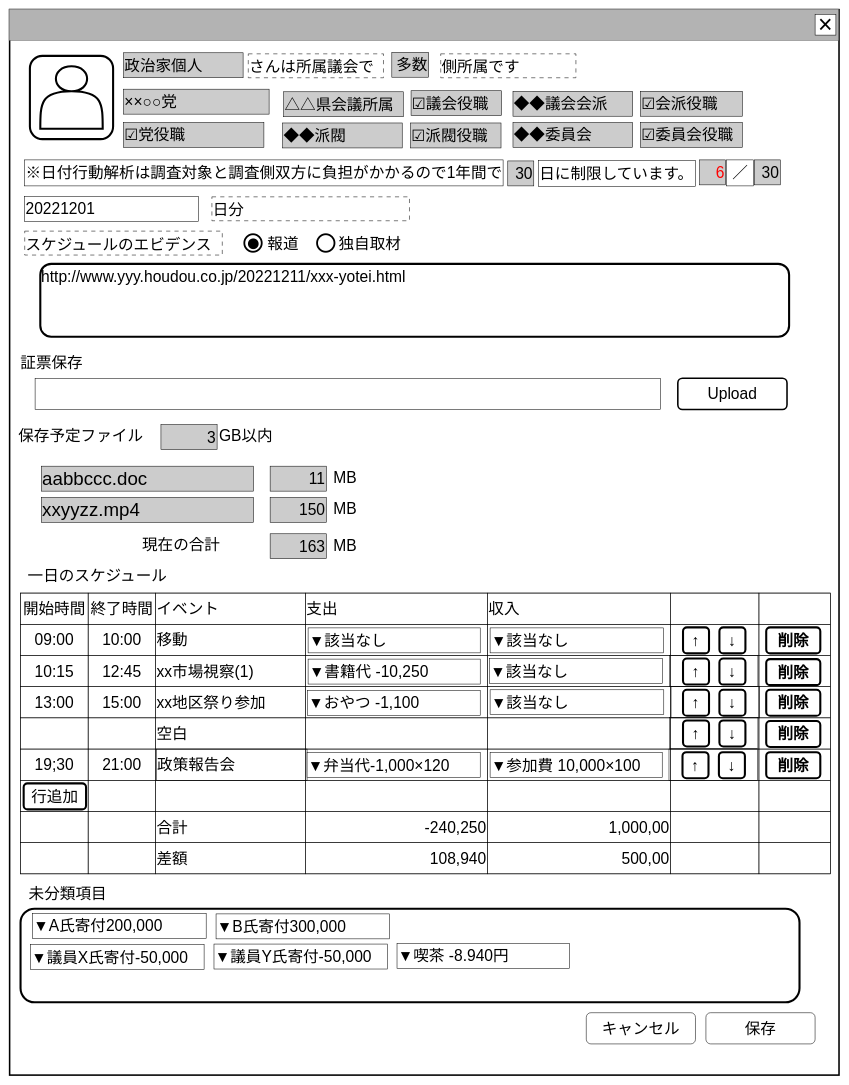
Before: docs/invest_front/date_event_trace/image/1日イベント追跡調査.drawio in chiwa2023/investigate-politician-balance-report, a draw.io diagram. Source tidied: cells renumbered, new cells numbered last; positions are measured from the earlier drawing's top-left corner, leaving out a move shared by most shapes. Both pictures are drawn from the tidied source at 52%, with x=0, y=0 at pixel (9, 9).
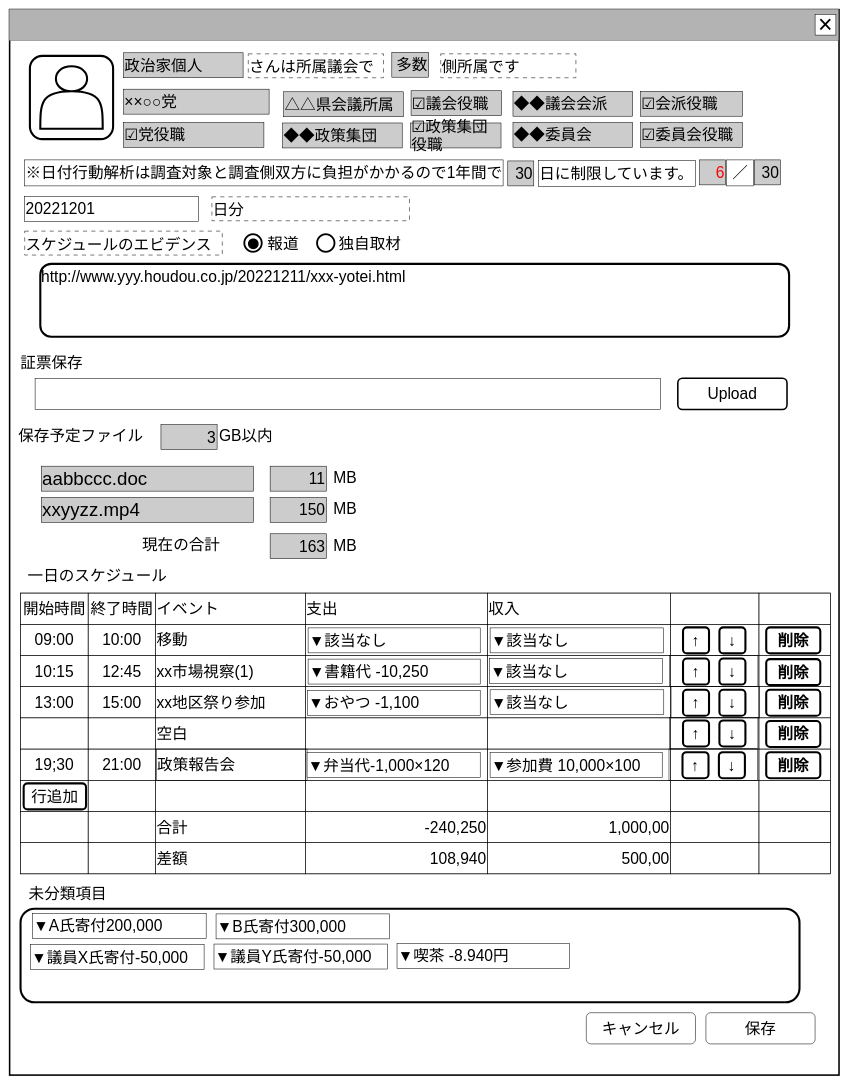
The same diagram, later.

Change to the diagram source:
```diff
@@
-    <mxCell id="153" value="&lt;span style=&quot;font-size: 30px;&quot;&gt;◆◆派閥&lt;/span&gt;" style="rounded=0;whiteSpace=wrap;html=1;align=left;fillColor=#CCCCCC;" parent="5" vertex="1">
+    <mxCell id="153" value="&lt;span style=&quot;font-size: 30px;&quot;&gt;◆◆政策集団&lt;/span&gt;" style="rounded=0;whiteSpace=wrap;html=1;align=left;fillColor=#CCCCCC;" parent="5" vertex="1">
       <mxGeometry x="526" y="219" width="230" height="48" as="geometry" />
     </mxCell>
-    <mxCell id="154" value="&lt;div style=&quot;&quot;&gt;&lt;span style=&quot;font-size: 30px;&quot;&gt;☑派閥役職&lt;/span&gt;&lt;/div&gt;" style="rounded=0;whiteSpace=wrap;html=1;align=left;fillColor=#CCCCCC;" parent="5" vertex="1">
+    <mxCell id="154" value="&lt;div style=&quot;&quot;&gt;&lt;span style=&quot;font-size: 30px;&quot;&gt;☑政策集団役職&lt;/span&gt;&lt;/div&gt;" style="rounded=0;whiteSpace=wrap;html=1;align=left;fillColor=#CCCCCC;" parent="5" vertex="1">
       <mxGeometry x="772" y="219" width="174" height="48" as="geometry" />
     </mxCell>
```
